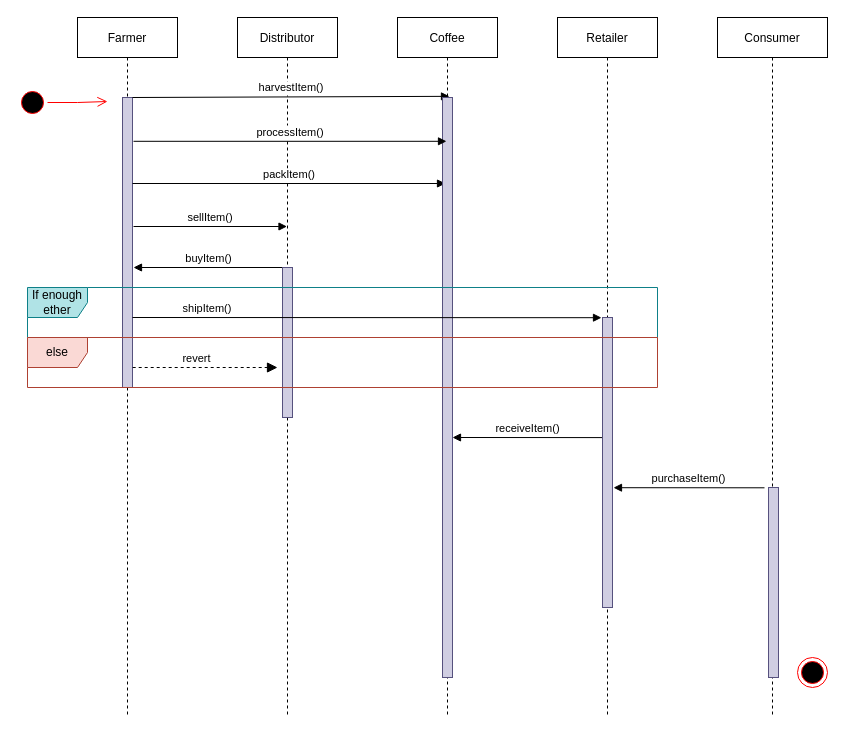
The draw.io diagram planning/Coffee Supply Sequence.drawio in ligipop/PlanningSolutions, before the edit. Source tidied: cells renumbered, new cells numbered last; positions are measured from the earlier drawing's top-left corner, leaving out a move shared by most shapes. Both pictures are drawn from the tidied source at 100%, with x=0, y=0 at pixel (17, 17).
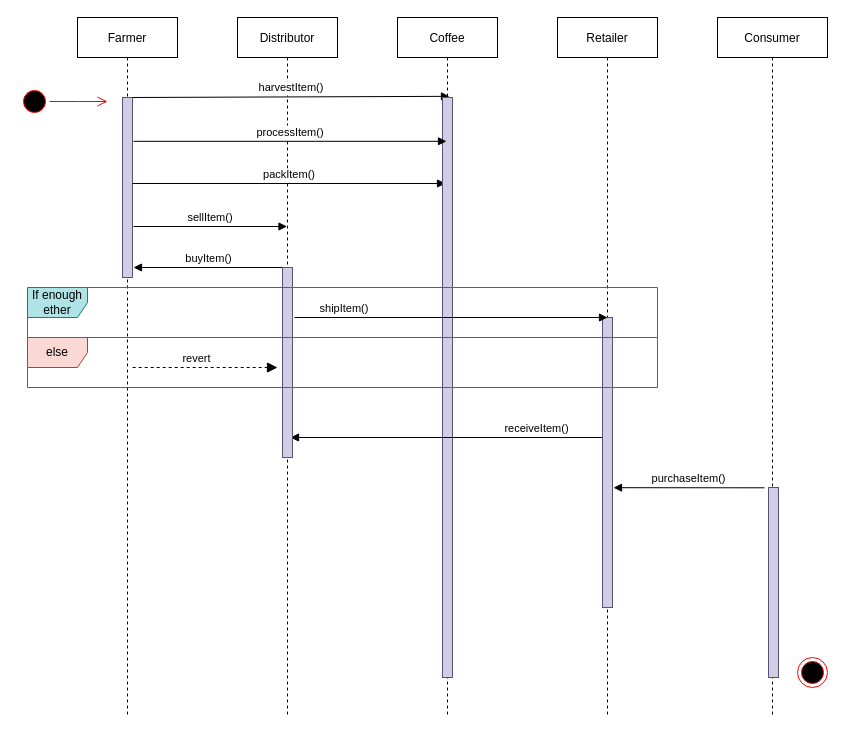
The same diagram, later.

Commit message:
Update Coffee Supply Sequence_fin.drawio

Unchanged cells that the change refers to:
```xml
<mxCell id="2" value="Farmer" style="shape=umlLifeline;perimeter=lifelinePerimeter;rounded=0;shadow=0;strokeWidth=1;" parent="1" vertex="1">
  <mxGeometry x="60" width="100" height="700" as="geometry" />
</mxCell>
<mxCell id="11" value="Retailer" style="shape=umlLifeline;perimeter=lifelinePerimeter;rounded=0;shadow=0;strokeWidth=1;" parent="1" vertex="1">
  <mxGeometry x="540" width="100" height="700" as="geometry" />
</mxCell>
```

The edit, as a diff of the source:
```diff
@@
     <mxCell id="3" style="points=[];perimeter=orthogonalPerimeter;rounded=0;shadow=0;strokeWidth=1;fillColor=#d0cee2;strokeColor=#56517e;" parent="2" vertex="1">
-      <mxGeometry x="45" y="80" width="10" height="290" as="geometry" />
+      <mxGeometry x="45" y="80" width="10" height="180" as="geometry" />
     </mxCell>
@@
-    <mxCell id="12" value="receiveItem()" style="html=1;verticalAlign=bottom;endArrow=block;rounded=0;fontSize=11;entryX=1.3;entryY=0.19;entryDx=0;entryDy=0;entryPerimeter=0;" parent="11" edge="1">
-      <mxGeometry relative="1" as="geometry">
-        <mxPoint x="46" y="420.1" as="sourcePoint" />
-        <mxPoint x="-105" y="420" as="targetPoint" />
+    <mxCell id="12" value="receiveItem()" style="html=1;verticalAlign=bottom;endArrow=block;rounded=0;fontSize=11;" parent="11" edge="1">
+      <mxGeometry x="-0.58" relative="1" as="geometry">
+        <mxPoint x="45" y="420" as="sourcePoint" />
+        <mxPoint x="-267" y="420" as="targetPoint" />
       </mxGeometry>
     </mxCell>
@@
     <mxCell id="17" style="points=[];perimeter=orthogonalPerimeter;rounded=0;shadow=0;strokeWidth=1;fillColor=#d0cee2;strokeColor=#56517e;" parent="1" vertex="1">
-      <mxGeometry x="265" y="250" width="10" height="150" as="geometry" />
+      <mxGeometry x="265" y="250" width="10" height="190" as="geometry" />
     </mxCell>
@@
-    <mxCell id="21" value="shipItem()" style="verticalAlign=bottom;endArrow=block;shadow=0;strokeWidth=1;entryX=-0.1;entryY=0.078;entryDx=0;entryDy=0;entryPerimeter=0;" parent="1" edge="1">
+    <mxCell id="21" value="shipItem()" style="verticalAlign=bottom;endArrow=block;shadow=0;strokeWidth=1;" parent="1" edge="1">
       <mxGeometry x="-0.68" relative="1" as="geometry">
-        <mxPoint x="115" y="300" as="sourcePoint" />
-        <mxPoint x="584" y="300.2" as="targetPoint" />
+        <mxPoint x="277" y="300" as="sourcePoint" />
+        <mxPoint x="590" y="300" as="targetPoint" />
       </mxGeometry>
     </mxCell>
@@
     <mxCell id="24" style="ellipse;html=1;shape=startState;fillColor=#000000;strokeColor=#ff0000;" parent="1" vertex="1">
-      <mxGeometry y="70" width="30" height="30" as="geometry" />
+      <mxGeometry x="2" y="69" width="30" height="30" as="geometry" />
     </mxCell>
```
